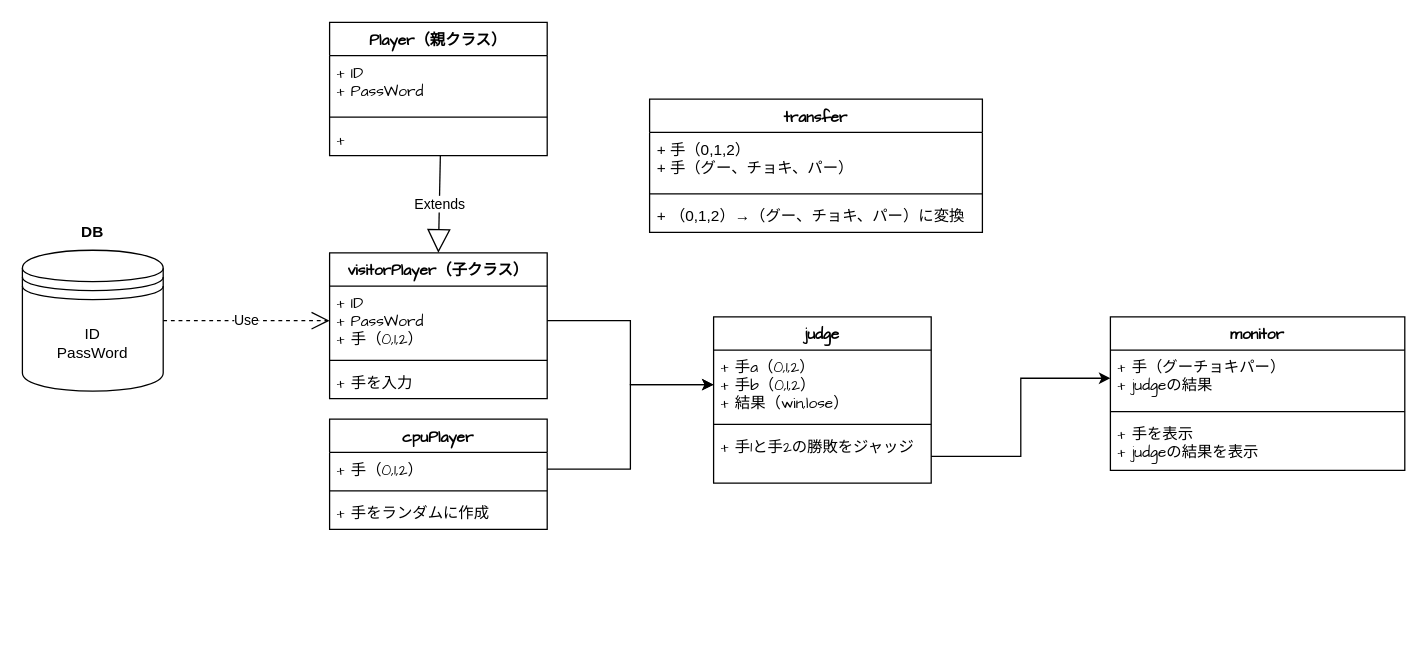
This is UML設計図.drawio from SOTAkkkk/JankenJavaFx, a draw.io file, before an edit. Source tidied: cells renumbered, new cells numbered last; positions are measured from the earlier drawing's top-left corner, leaving out a move shared by most shapes. Both pictures are drawn from the tidied source at 128%, with x=0, y=0 at pixel (22, 22).
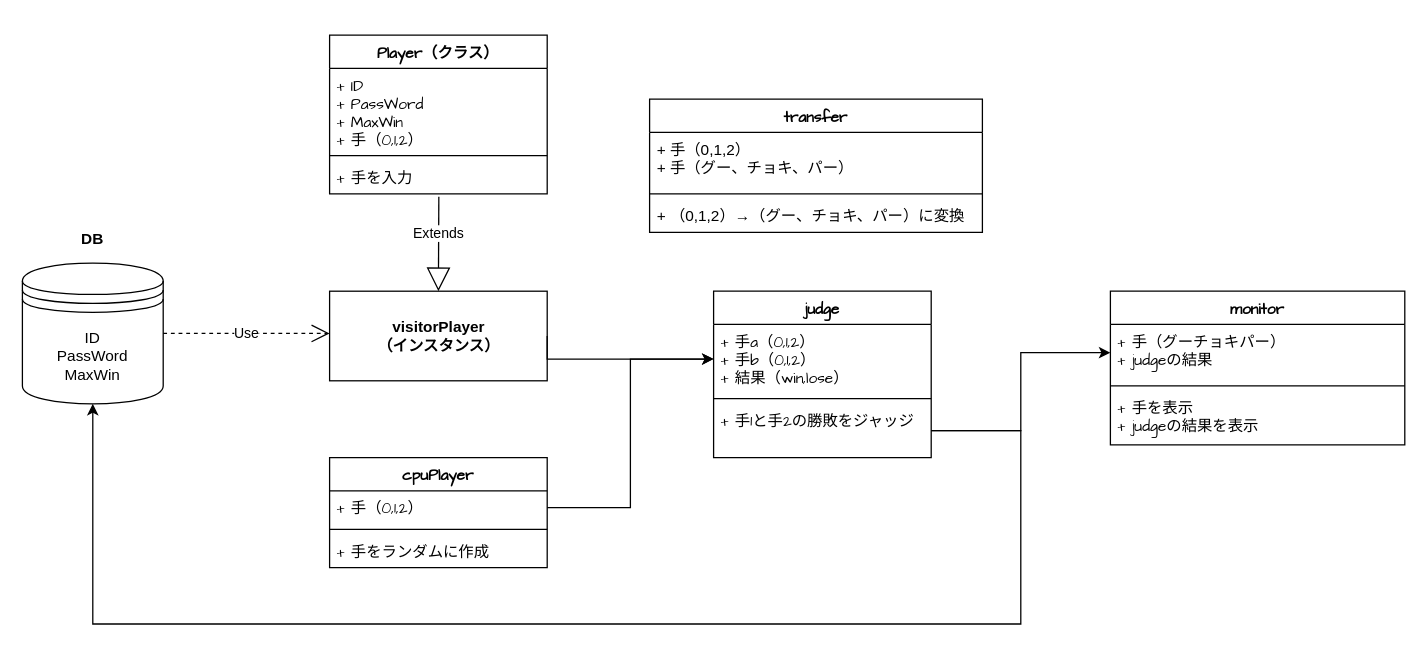
The same diagram, later.

The change refers to these unchanged cells:
```xml
<mxCell id="3" value="+ 手a（0,1,2）&#10;+ 手b（0,1,2）&#10;+ 結果（win,lose）" style="text;strokeColor=none;fillColor=none;align=left;verticalAlign=top;spacingLeft=4;spacingRight=4;overflow=hidden;points=[[0,0.5],[1,0.5]];portConstraint=eastwest;fontFamily=Comic Sans MS;" parent="2" vertex="1">
  <mxGeometry y="26" width="170" height="54" as="geometry" />
</mxCell>
<mxCell id="5" value="+ 手1と手2の勝敗をジャッジ" style="text;strokeColor=none;fillColor=none;align=left;verticalAlign=top;spacingLeft=4;spacingRight=4;overflow=hidden;points=[[0,0.5],[1,0.5]];portConstraint=eastwest;fontFamily=Comic Sans MS;" parent="2" vertex="1">
  <mxGeometry y="88" width="170" height="42" as="geometry" />
</mxCell>
```

Change to the diagram source:
```diff
@@
     <mxCell id="2" value="judge" style="swimlane;fontStyle=1;align=center;verticalAlign=top;horizontal=1;startSize=26;fontFamily=Comic Sans MS;" parent="1" vertex="1">
-      <mxGeometry x="540" y="230" width="170" height="130" as="geometry" />
+      <mxGeometry x="540" y="210" width="170" height="130" as="geometry" />
     </mxCell>
@@
     <mxCell id="6" value="monitor" style="swimlane;fontStyle=1;align=center;verticalAlign=top;horizontal=1;startSize=26;fontFamily=Comic Sans MS;" parent="1" vertex="1">
-      <mxGeometry x="850" y="230" width="230" height="120" as="geometry" />
+      <mxGeometry x="850" y="210" width="230" height="120" as="geometry" />
     </mxCell>
@@
-    <mxCell id="10" value="cpuPlayer" style="swimlane;fontStyle=1;align=center;verticalAlign=top;horizontal=1;startSize=26;fontFamily=Comic Sans MS;" parent="1" vertex="1">
-      <mxGeometry x="240" y="310" width="170" height="86" as="geometry" />
-    </mxCell>
-    <mxCell id="11" value="+ 手（0,1,2）" style="text;strokeColor=none;fillColor=none;align=left;verticalAlign=top;spacingLeft=4;spacingRight=4;overflow=hidden;points=[[0,0.5],[1,0.5]];portConstraint=eastwest;fontFamily=Comic Sans MS;" parent="10" vertex="1">
-      <mxGeometry y="26" width="170" height="26" as="geometry" />
-    </mxCell>
-    <mxCell id="12" style="line;strokeWidth=1;fillColor=none;align=left;verticalAlign=middle;spacingTop=-1;spacingLeft=3;spacingRight=3;labelPosition=right;" parent="10" vertex="1">
-      <mxGeometry y="52" width="170" height="8" as="geometry" />
-    </mxCell>
-    <mxCell id="13" value="+ 手をランダムに作成" style="text;strokeColor=none;fillColor=none;align=left;verticalAlign=top;spacingLeft=4;spacingRight=4;overflow=hidden;fontFamily=Comic Sans MS;" parent="10" vertex="1">
-      <mxGeometry y="60" width="170" height="26" as="geometry" />
-    </mxCell>
@@
-    <mxCell id="19" value="visitorPlayer（子クラス）" style="swimlane;fontStyle=1;align=center;verticalAlign=top;horizontal=1;startSize=26;fontFamily=Comic Sans MS;" parent="1" vertex="1">
-      <mxGeometry x="240" y="180" width="170" height="114" as="geometry" />
-    </mxCell>
-    <mxCell id="20" value="+ ID&#10;+ PassWord&#10;+ 手（0,1,2）" style="text;strokeColor=none;fillColor=none;align=left;verticalAlign=top;spacingLeft=4;spacingRight=4;overflow=hidden;points=[[0,0.5],[1,0.5]];portConstraint=eastwest;fontFamily=Comic Sans MS;" parent="19" vertex="1">
-      <mxGeometry y="26" width="170" height="54" as="geometry" />
-    </mxCell>
-    <mxCell id="21" style="line;strokeWidth=1;fillColor=none;align=left;verticalAlign=middle;spacingTop=-1;spacingLeft=3;spacingRight=3;labelPosition=right;" parent="19" vertex="1">
-      <mxGeometry y="80" width="170" height="8" as="geometry" />
-    </mxCell>
-    <mxCell id="22" value="+ 手を入力" style="text;strokeColor=none;fillColor=none;align=left;verticalAlign=top;spacingLeft=4;spacingRight=4;overflow=hidden;points=[[0,0.5],[1,0.5]];portConstraint=eastwest;fontFamily=Comic Sans MS;" parent="19" vertex="1">
-      <mxGeometry y="88" width="170" height="26" as="geometry" />
-    </mxCell>
@@
-    <mxCell id="24" style="edgeStyle=orthogonalEdgeStyle;rounded=0;jettySize=auto;html=1;exitX=1;exitY=0.5;exitDx=0;exitDy=0;entryX=0;entryY=0.5;entryDx=0;entryDy=0;fontFamily=Comic Sans MS;" parent="1" edge="1" source="20" target="3">
-      <mxGeometry relative="1" as="geometry" />
-    </mxCell>
-    <mxCell id="25" value="Player（親クラス）" style="swimlane;fontStyle=1;align=center;verticalAlign=top;horizontal=1;startSize=26;fontFamily=Comic Sans MS;" parent="1" vertex="1">
-      <mxGeometry x="240" width="170" height="104" as="geometry" />
-    </mxCell>
-    <mxCell id="26" value="+ ID&#10;+ PassWord" style="text;strokeColor=none;fillColor=none;align=left;verticalAlign=top;spacingLeft=4;spacingRight=4;overflow=hidden;fontFamily=Comic Sans MS;" parent="25" vertex="1">
-      <mxGeometry y="26" width="170" height="44" as="geometry" />
-    </mxCell>
-    <mxCell id="27" style="line;strokeWidth=1;fillColor=none;align=left;verticalAlign=middle;spacingTop=-1;spacingLeft=3;spacingRight=3;labelPosition=right;" parent="25" vertex="1">
-      <mxGeometry y="70" width="170" height="8" as="geometry" />
-    </mxCell>
-    <mxCell id="28" value="+ " style="text;strokeColor=none;fillColor=none;align=left;verticalAlign=top;spacingLeft=4;spacingRight=4;overflow=hidden;points=[[0,0.5],[1,0.5]];portConstraint=eastwest;fontFamily=Comic Sans MS;" parent="25" vertex="1">
-      <mxGeometry y="78" width="170" height="26" as="geometry" />
-    </mxCell>
-    <mxCell id="29" value="Extends" style="endArrow=block;endSize=16;endFill=0;html=1;exitX=0.509;exitY=1;exitDx=0;exitDy=0;exitPerimeter=0;entryX=0.5;entryY=0;entryDx=0;entryDy=0;" parent="1" edge="1" source="28" target="19">
-      <mxGeometry relative="1" as="geometry" />
-    </mxCell>
     <mxCell id="30" style="group;" parent="1" vertex="1">
-      <mxGeometry y="154" width="110" height="134" as="geometry" />
+      <mxGeometry y="154" width="410" height="272" as="geometry" />
     </mxCell>
-    <mxCell id="31" value="ID&lt;br&gt;PassWord" style="shape=datastore;whiteSpace=wrap;html=1;" parent="30" vertex="1">
-      <mxGeometry y="24" width="110" height="110" as="geometry" />
+    <mxCell id="31" value="ID&lt;br&gt;PassWord&lt;br&gt;MaxWin" style="shape=datastore;whiteSpace=wrap;html=1;" parent="30" vertex="1">
+      <mxGeometry y="34" width="110" height="110" as="geometry" />
     </mxCell>
     <mxCell id="32" value="&lt;b&gt;DB&lt;/b&gt;" style="text;html=1;strokeColor=none;fillColor=none;align=center;verticalAlign=middle;whiteSpace=wrap;rounded=0;" parent="30" vertex="1">
-      <mxGeometry x="35" width="40" height="20" as="geometry" />
+      <mxGeometry x="35" y="6" width="40" height="20" as="geometry" />
     </mxCell>
+    <mxCell id="10" value="cpuPlayer" style="swimlane;fontStyle=1;align=center;verticalAlign=top;horizontal=1;startSize=26;fontFamily=Comic Sans MS;" parent="30" vertex="1">
+      <mxGeometry x="240" y="186" width="170" height="86" as="geometry" />
+    </mxCell>
+    <mxCell id="11" value="+ 手（0,1,2）" style="text;strokeColor=none;fillColor=none;align=left;verticalAlign=top;spacingLeft=4;spacingRight=4;overflow=hidden;points=[[0,0.5],[1,0.5]];portConstraint=eastwest;fontFamily=Comic Sans MS;" parent="10" vertex="1">
+      <mxGeometry y="26" width="170" height="26" as="geometry" />
+    </mxCell>
+    <mxCell id="12" style="line;strokeWidth=1;fillColor=none;align=left;verticalAlign=middle;spacingTop=-1;spacingLeft=3;spacingRight=3;labelPosition=right;" parent="10" vertex="1">
+      <mxGeometry y="52" width="170" height="8" as="geometry" />
+    </mxCell>
+    <mxCell id="13" value="+ 手をランダムに作成" style="text;strokeColor=none;fillColor=none;align=left;verticalAlign=top;spacingLeft=4;spacingRight=4;overflow=hidden;fontFamily=Comic Sans MS;" parent="10" vertex="1">
+      <mxGeometry y="60" width="170" height="26" as="geometry" />
+    </mxCell>
-    <mxCell id="33" value="Use" style="endArrow=open;endSize=12;dashed=1;html=1;exitX=1;exitY=0.5;exitDx=0;exitDy=0;entryX=0;entryY=0.5;entryDx=0;entryDy=0;" parent="1" edge="1" source="31" target="20">
-      <mxGeometry relative="1" as="geometry" />
+    <mxCell id="33" value="Use" style="endArrow=open;endSize=12;dashed=1;html=1;exitX=1;exitY=0.5;exitDx=0;exitDy=0;entryX=0;entryY=0.5;entryDx=0;entryDy=0;" parent="1" edge="1" source="31">
+      <mxGeometry relative="1" as="geometry">
+        <mxPoint x="240" y="243" as="targetPoint" />
+      </mxGeometry>
     </mxCell>
+    <mxCell id="34" value="Player（クラス）" style="swimlane;fontStyle=1;align=center;verticalAlign=top;horizontal=1;startSize=26;fontFamily=Comic Sans MS;" parent="1" vertex="1">
+      <mxGeometry x="240" y="10" width="170" height="124" as="geometry" />
+    </mxCell>
+    <mxCell id="35" value="+ ID&#10;+ PassWord&#10;+ MaxWin&#10;+ 手（0,1,2）" style="text;strokeColor=none;fillColor=none;align=left;verticalAlign=top;spacingLeft=4;spacingRight=4;overflow=hidden;fontFamily=Comic Sans MS;" parent="34" vertex="1">
+      <mxGeometry y="26" width="170" height="64" as="geometry" />
+    </mxCell>
+    <mxCell id="36" style="line;strokeWidth=1;fillColor=none;align=left;verticalAlign=middle;spacingTop=-1;spacingLeft=3;spacingRight=3;labelPosition=right;" parent="34" vertex="1">
+      <mxGeometry y="90" width="170" height="8" as="geometry" />
+    </mxCell>
+    <mxCell id="22" value="+ 手を入力" style="text;strokeColor=none;fillColor=none;align=left;verticalAlign=top;spacingLeft=4;spacingRight=4;overflow=hidden;points=[[0,0.5],[1,0.5]];portConstraint=eastwest;fontFamily=Comic Sans MS;" parent="34" vertex="1">
+      <mxGeometry y="98" width="170" height="26" as="geometry" />
+    </mxCell>
+    <mxCell id="29" value="Extends" style="endArrow=block;endSize=16;endFill=0;html=1;entryX=0.5;entryY=0;entryDx=0;entryDy=0;exitX=0.502;exitY=1.085;exitDx=0;exitDy=0;exitPerimeter=0;" parent="1" edge="1" source="22" target="37">
+      <mxGeometry x="-0.22" relative="1" as="geometry" />
+    </mxCell>
+    <mxCell id="37" value="&lt;b&gt;visitorPlayer&lt;br&gt;（インスタンス）&lt;/b&gt;" style="html=1;" parent="1" vertex="1">
+      <mxGeometry x="240" y="210" width="170" height="70" as="geometry" />
+    </mxCell>
+    <mxCell id="38" style="edgeStyle=orthogonalEdgeStyle;rounded=0;jettySize=auto;html=1;exitX=1;exitY=0.5;exitDx=0;exitDy=0;entryX=0;entryY=0.5;entryDx=0;entryDy=0;fontFamily=Comic Sans MS;" parent="1" edge="1" source="37" target="3">
+      <mxGeometry relative="1" as="geometry">
+        <Array as="points">
+          <mxPoint x="410" y="263" />
+        </Array>
+      </mxGeometry>
+    </mxCell>
+    <mxCell id="39" style="edgeStyle=orthogonalEdgeStyle;rounded=0;jettySize=auto;html=1;exitX=1;exitY=0.5;exitDx=0;exitDy=0;fontFamily=Comic Sans MS;entryX=0.5;entryY=1;entryDx=0;entryDy=0;" parent="1" edge="1" source="5" target="31">
+      <mxGeometry relative="1" as="geometry">
+        <Array as="points">
+          <mxPoint x="780" y="319" />
+          <mxPoint x="780" y="470" />
+          <mxPoint x="55" y="470" />
+        </Array>
+      </mxGeometry>
+    </mxCell>
```
